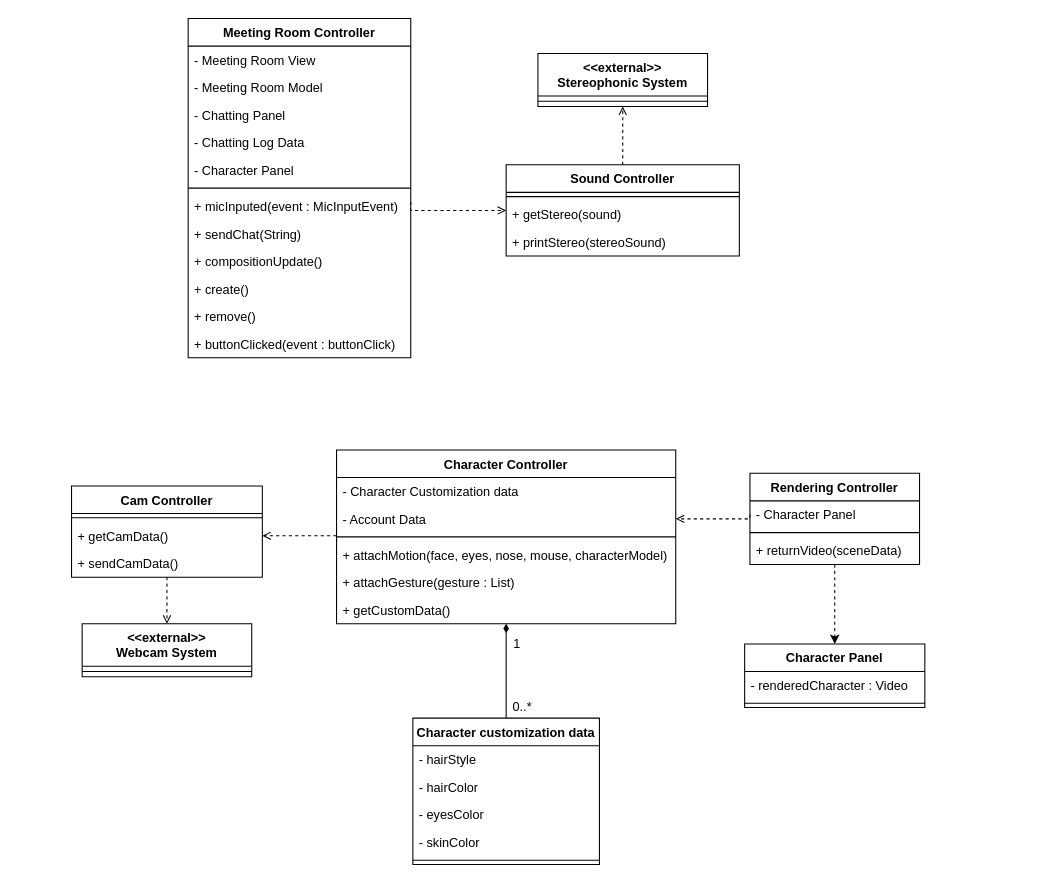
Earlier version of the draw.io diagram CD7.drawio (ONFFLine/Diagram). Source tidied: cells renumbered, new cells numbered last; positions are measured from the earlier drawing's top-left corner, leaving out a move shared by most shapes. Both pictures are drawn from the tidied source at 106%, with x=0, y=0 at pixel (71, 18).
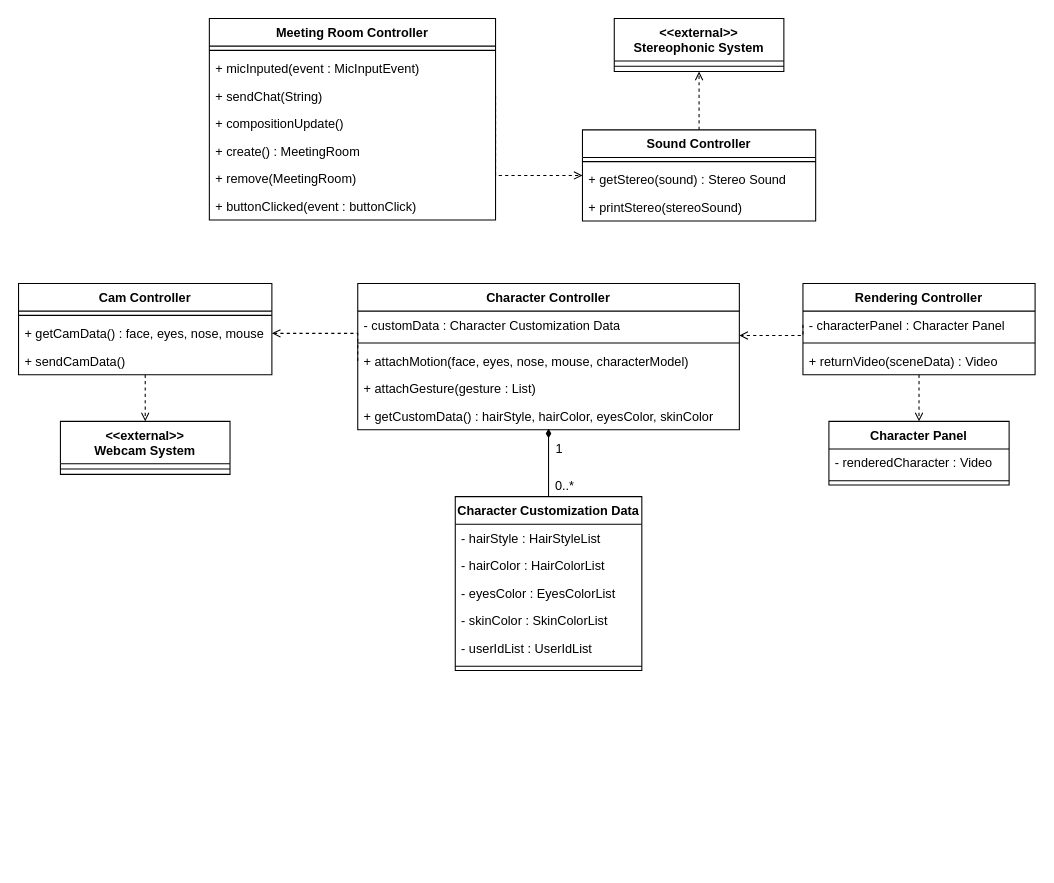
Above is the later version.

Change to the diagram source:
```diff
@@
-    <mxCell id="2" value="Meeting Room Controller" style="swimlane;fontStyle=1;align=center;verticalAlign=top;horizontal=1;startSize=26;" parent="1" vertex="1">
-      <mxGeometry x="110" width="210" height="320" as="geometry" />
-    </mxCell>
-    <mxCell id="3" value="- Meeting Room View" style="text;strokeColor=none;fillColor=none;align=left;verticalAlign=top;spacingLeft=4;spacingRight=4;overflow=hidden;" parent="2" vertex="1">
-      <mxGeometry y="26" width="210" height="26" as="geometry" />
-    </mxCell>
-    <mxCell id="4" value="- Meeting Room Model" style="text;strokeColor=none;fillColor=none;align=left;verticalAlign=top;spacingLeft=4;spacingRight=4;overflow=hidden;" parent="2" vertex="1">
-      <mxGeometry y="52" width="210" height="26" as="geometry" />
-    </mxCell>
-    <mxCell id="5" value="- Chatting Panel" style="text;strokeColor=none;fillColor=none;align=left;verticalAlign=top;spacingLeft=4;spacingRight=4;overflow=hidden;" parent="2" vertex="1">
-      <mxGeometry y="78" width="210" height="26" as="geometry" />
-    </mxCell>
-    <mxCell id="6" value="- Chatting Log Data" style="text;strokeColor=none;fillColor=none;align=left;verticalAlign=top;spacingLeft=4;spacingRight=4;overflow=hidden;" parent="2" vertex="1">
-      <mxGeometry y="104" width="210" height="26" as="geometry" />
-    </mxCell>
-    <mxCell id="7" value="- Character Panel" style="text;strokeColor=none;fillColor=none;align=left;verticalAlign=top;spacingLeft=4;spacingRight=4;overflow=hidden;" parent="2" vertex="1">
-      <mxGeometry y="130" width="210" height="26" as="geometry" />
-    </mxCell>
-    <mxCell id="8" style="line;strokeWidth=1;fillColor=none;align=left;verticalAlign=middle;spacingTop=-1;spacingLeft=3;spacingRight=3;labelPosition=right;" parent="2" vertex="1">
-      <mxGeometry y="156" width="210" height="8" as="geometry" />
-    </mxCell>
-    <mxCell id="9" value="+ micInputed(event : MicInputEvent)" style="text;strokeColor=none;fillColor=none;align=left;verticalAlign=top;spacingLeft=4;spacingRight=4;overflow=hidden;" parent="2" vertex="1">
-      <mxGeometry y="164" width="210" height="26" as="geometry" />
-    </mxCell>
-    <mxCell id="10" value="+ sendChat(String)" style="text;strokeColor=none;fillColor=none;align=left;verticalAlign=top;spacingLeft=4;spacingRight=4;overflow=hidden;points=[[0,0.5],[1,0.5]];portConstraint=eastwest;" parent="2" vertex="1">
-      <mxGeometry y="190" width="210" height="26" as="geometry" />
-    </mxCell>
-    <mxCell id="11" value="+ compositionUpdate()" style="text;strokeColor=none;fillColor=none;align=left;verticalAlign=top;spacingLeft=4;spacingRight=4;overflow=hidden;" parent="2" vertex="1">
-      <mxGeometry y="216" width="210" height="26" as="geometry" />
-    </mxCell>
-    <mxCell id="12" value="+ create()" style="text;strokeColor=none;fillColor=none;align=left;verticalAlign=top;spacingLeft=4;spacingRight=4;overflow=hidden;" parent="2" vertex="1">
-      <mxGeometry y="242" width="210" height="26" as="geometry" />
-    </mxCell>
-    <mxCell id="13" value="+ remove()" style="text;strokeColor=none;fillColor=none;align=left;verticalAlign=top;spacingLeft=4;spacingRight=4;overflow=hidden;" parent="2" vertex="1">
-      <mxGeometry y="268" width="210" height="26" as="geometry" />
-    </mxCell>
-    <mxCell id="14" value="+ buttonClicked(event : buttonClick)" style="text;strokeColor=none;fillColor=none;align=left;verticalAlign=top;spacingLeft=4;spacingRight=4;overflow=hidden;" parent="2" vertex="1">
-      <mxGeometry y="294" width="210" height="26" as="geometry" />
-    </mxCell>
@@
     <mxCell id="16" value="Sound Controller" style="swimlane;fontStyle=1;align=center;verticalAlign=top;horizontal=1;startSize=26;" parent="1" vertex="1">
-      <mxGeometry x="410" y="138" width="220" height="86" as="geometry" />
+      <mxGeometry x="482" y="105" width="220" height="86" as="geometry" />
     </mxCell>
@@
-    <mxCell id="18" value="+ getStereo(sound)" style="text;strokeColor=none;fillColor=none;align=left;verticalAlign=top;spacingLeft=4;spacingRight=4;overflow=hidden;" parent="16" vertex="1">
+    <mxCell id="18" value="+ getStereo(sound) : Stereo Sound" style="text;strokeColor=none;fillColor=none;align=left;verticalAlign=top;spacingLeft=4;spacingRight=4;overflow=hidden;" parent="16" vertex="1">
       <mxGeometry y="34" width="220" height="26" as="geometry" />
     </mxCell>
@@
     <mxCell id="20" value="&lt;&lt;external&gt;&gt;&#10;Stereophonic System" style="swimlane;fontStyle=1;align=center;verticalAlign=top;horizontal=1;startSize=40;" parent="1" vertex="1">
-      <mxGeometry x="440" y="33" width="160" height="50" as="geometry" />
+      <mxGeometry x="512" width="160" height="50" as="geometry" />
     </mxCell>
@@
     <mxCell id="22" value="Character Controller" style="swimlane;fontStyle=1;align=center;verticalAlign=top;horizontal=1;startSize=26;" parent="1" vertex="1">
-      <mxGeometry x="250" y="407" width="320" height="164" as="geometry" />
+      <mxGeometry x="270" y="250" width="360" height="138" as="geometry" />
     </mxCell>
-    <mxCell id="23" value="- Character Customization data" style="text;strokeColor=none;fillColor=none;align=left;verticalAlign=top;spacingLeft=4;spacingRight=4;overflow=hidden;" parent="22" vertex="1">
-      <mxGeometry y="26" width="320" height="26" as="geometry" />
+    <mxCell id="23" value="- customData : Character Customization Data" style="text;strokeColor=none;fillColor=none;align=left;verticalAlign=top;spacingLeft=4;spacingRight=4;overflow=hidden;" parent="22" vertex="1">
+      <mxGeometry y="26" width="360" height="26" as="geometry" />
     </mxCell>
-    <mxCell id="24" value="- Account Data" style="text;strokeColor=none;fillColor=none;align=left;verticalAlign=top;spacingLeft=4;spacingRight=4;overflow=hidden;points=[[0,0.5],[1,0.5]];portConstraint=eastwest;" parent="22" vertex="1">
-      <mxGeometry y="52" width="320" height="26" as="geometry" />
-    </mxCell>
     <mxCell id="25" style="line;strokeWidth=1;fillColor=none;align=left;verticalAlign=middle;spacingTop=-1;spacingLeft=3;spacingRight=3;labelPosition=right;" parent="22" vertex="1">
-      <mxGeometry y="78" width="320" height="8" as="geometry" />
+      <mxGeometry y="52" width="360" height="8" as="geometry" />
     </mxCell>
     <mxCell id="26" value="+ attachMotion(face, eyes, nose, mouse, characterModel)" style="text;strokeColor=none;fillColor=none;align=left;verticalAlign=top;spacingLeft=4;spacingRight=4;overflow=hidden;points=[[0,0.5],[1,0.5]];portConstraint=eastwest;" parent="22" vertex="1">
-      <mxGeometry y="86" width="320" height="26" as="geometry" />
+      <mxGeometry y="60" width="360" height="26" as="geometry" />
     </mxCell>
     <mxCell id="27" value="+ attachGesture(gesture : List)" style="text;strokeColor=none;fillColor=none;align=left;verticalAlign=top;spacingLeft=4;spacingRight=4;overflow=hidden;" parent="22" vertex="1">
-      <mxGeometry y="112" width="320" height="26" as="geometry" />
+      <mxGeometry y="86" width="360" height="26" as="geometry" />
     </mxCell>
-    <mxCell id="28" value="+ getCustomData()" style="text;strokeColor=none;fillColor=none;align=left;verticalAlign=top;spacingLeft=4;spacingRight=4;overflow=hidden;" parent="22" vertex="1">
-      <mxGeometry y="138" width="320" height="26" as="geometry" />
+    <mxCell id="28" value="+ getCustomData() : hairStyle, hairColor, eyesColor, skinColor" style="text;strokeColor=none;fillColor=none;align=left;verticalAlign=top;spacingLeft=4;spacingRight=4;overflow=hidden;" parent="22" vertex="1">
+      <mxGeometry y="112" width="360" height="26" as="geometry" />
     </mxCell>
     <mxCell id="29" value="Character Panel" style="swimlane;fontStyle=1;align=center;verticalAlign=top;horizontal=1;startSize=26;" parent="1" vertex="1">
-      <mxGeometry x="635" y="590" width="170" height="60" as="geometry" />
+      <mxGeometry x="714.5" y="380" width="170" height="60" as="geometry" />
     </mxCell>
@@
-    <mxCell id="32" style="edgeStyle=orthogonalEdgeStyle;rounded=0;jettySize=auto;html=1;entryX=0.5;entryY=0;entryDx=0;entryDy=0;dashed=1;" parent="1" edge="1" source="33" target="29">
+    <mxCell id="32" style="edgeStyle=orthogonalEdgeStyle;rounded=0;jettySize=auto;html=1;entryX=0.5;entryY=0;entryDx=0;entryDy=0;dashed=1;endArrow=open;endFill=0;" parent="1" edge="1" source="33" target="29">
       <mxGeometry relative="1" as="geometry" />
     </mxCell>
     <mxCell id="33" value="Rendering Controller" style="swimlane;fontStyle=1;align=center;verticalAlign=top;horizontal=1;startSize=26;" parent="1" vertex="1">
-      <mxGeometry x="640" y="429" width="160" height="86" as="geometry" />
+      <mxGeometry x="690" y="250" width="219" height="86" as="geometry" />
     </mxCell>
-    <mxCell id="34" value="- Character Panel" style="text;strokeColor=none;fillColor=none;align=left;verticalAlign=top;spacingLeft=4;spacingRight=4;overflow=hidden;points=[[0,0.5],[1,0.5]];portConstraint=eastwest;" parent="33" vertex="1">
-      <mxGeometry y="26" width="160" height="26" as="geometry" />
+    <mxCell id="34" value="- characterPanel : Character Panel" style="text;strokeColor=none;fillColor=none;align=left;verticalAlign=top;spacingLeft=4;spacingRight=4;overflow=hidden;points=[[0,0.5],[1,0.5]];portConstraint=eastwest;" parent="33" vertex="1">
+      <mxGeometry y="26" width="219" height="26" as="geometry" />
     </mxCell>
     <mxCell id="35" style="line;strokeWidth=1;fillColor=none;align=left;verticalAlign=middle;spacingTop=-1;spacingLeft=3;spacingRight=3;labelPosition=right;" parent="33" vertex="1">
-      <mxGeometry y="52" width="160" height="8" as="geometry" />
+      <mxGeometry y="52" width="219" height="8" as="geometry" />
     </mxCell>
-    <mxCell id="36" value="+ returnVideo(sceneData)" style="text;strokeColor=none;fillColor=none;align=left;verticalAlign=top;spacingLeft=4;spacingRight=4;overflow=hidden;" parent="33" vertex="1">
-      <mxGeometry y="60" width="160" height="26" as="geometry" />
+    <mxCell id="36" value="+ returnVideo(sceneData) : Video" style="text;strokeColor=none;fillColor=none;align=left;verticalAlign=top;spacingLeft=4;spacingRight=4;overflow=hidden;" parent="33" vertex="1">
+      <mxGeometry y="60" width="219" height="26" as="geometry" />
     </mxCell>
@@
     <mxCell id="38" value="Cam Controller" style="swimlane;fontStyle=1;align=center;verticalAlign=top;horizontal=1;startSize=26;" parent="1" vertex="1">
-      <mxGeometry y="441" width="180" height="86" as="geometry" />
+      <mxGeometry x="-50" y="250" width="239" height="86" as="geometry" />
     </mxCell>
     <mxCell id="39" style="line;strokeWidth=1;fillColor=none;align=left;verticalAlign=middle;spacingTop=-1;spacingLeft=3;spacingRight=3;labelPosition=right;" parent="38" vertex="1">
-      <mxGeometry y="26" width="180" height="8" as="geometry" />
+      <mxGeometry y="26" width="239" height="8" as="geometry" />
     </mxCell>
-    <mxCell id="40" value="+ getCamData()" style="text;strokeColor=none;fillColor=none;align=left;verticalAlign=top;spacingLeft=4;spacingRight=4;overflow=hidden;points=[[0,0.5],[1,0.5]];portConstraint=eastwest;" parent="38" vertex="1">
-      <mxGeometry y="34" width="180" height="26" as="geometry" />
+    <mxCell id="40" value="+ getCamData() : face, eyes, nose, mouse" style="text;strokeColor=none;fillColor=none;align=left;verticalAlign=top;spacingLeft=4;spacingRight=4;overflow=hidden;points=[[0,0.5],[1,0.5]];portConstraint=eastwest;" parent="38" vertex="1">
+      <mxGeometry y="34" width="239" height="26" as="geometry" />
     </mxCell>
     <mxCell id="41" value="+ sendCamData()" style="text;strokeColor=none;fillColor=none;align=left;verticalAlign=top;spacingLeft=4;spacingRight=4;overflow=hidden;" parent="38" vertex="1">
-      <mxGeometry y="60" width="180" height="26" as="geometry" />
+      <mxGeometry y="60" width="239" height="26" as="geometry" />
     </mxCell>
-    <mxCell id="42" style="edgeStyle=orthogonalEdgeStyle;rounded=0;jettySize=auto;html=1;dashed=1;endArrow=open;endFill=0;" parent="1" edge="1" target="16">
+    <mxCell id="42" style="edgeStyle=orthogonalEdgeStyle;rounded=0;jettySize=auto;html=1;dashed=1;endArrow=open;endFill=0;exitX=1;exitY=0.5;exitDx=0;exitDy=0;" parent="1" edge="1" source="10" target="16">
       <mxGeometry relative="1" as="geometry">
-        <mxPoint x="320" y="173" as="sourcePoint" />
         <Array as="points">
-          <mxPoint x="320" y="181" />
+          <mxPoint x="400" y="148" />
         </Array>
       </mxGeometry>
     </mxCell>
     <mxCell id="43" value="&lt;&lt;external&gt;&gt;&#10;Webcam System" style="swimlane;fontStyle=1;align=center;verticalAlign=top;horizontal=1;startSize=40;" parent="1" vertex="1">
-      <mxGeometry x="10" y="571" width="160" height="50" as="geometry" />
+      <mxGeometry x="-10.5" y="380" width="160" height="50" as="geometry" />
     </mxCell>
@@
-    <mxCell id="45" style="edgeStyle=orthogonalEdgeStyle;rounded=0;jettySize=auto;html=1;endArrow=diamondThin;endFill=1;" parent="1" edge="1" source="46" target="22">
+    <mxCell id="45" style="edgeStyle=orthogonalEdgeStyle;rounded=0;jettySize=auto;html=1;endArrow=diamondThin;endFill=1;" parent="1" edge="1" source="46">
       <mxGeometry relative="1" as="geometry">
+        <mxPoint x="450" y="396" as="targetPoint" />
         <Array as="points">
-          <mxPoint x="410" y="600" />
-          <mxPoint x="410" y="600" />
+          <mxPoint x="450" y="391" />
+          <mxPoint x="450" y="391" />
         </Array>
       </mxGeometry>
     </mxCell>
-    <mxCell id="46" value="Character customization data" style="swimlane;fontStyle=1;align=center;verticalAlign=top;horizontal=1;startSize=26;" parent="1" vertex="1">
-      <mxGeometry x="322" y="660" width="176" height="138" as="geometry" />
+    <mxCell id="46" value="Character Customization Data" style="swimlane;fontStyle=1;align=center;verticalAlign=top;horizontal=1;startSize=26;" parent="1" vertex="1">
+      <mxGeometry x="362" y="451" width="176" height="164" as="geometry" />
     </mxCell>
-    <mxCell id="47" value="- hairStyle" style="text;strokeColor=none;fillColor=none;align=left;verticalAlign=top;spacingLeft=4;spacingRight=4;overflow=hidden;" parent="46" vertex="1">
+    <mxCell id="47" value="- hairStyle : HairStyleList" style="text;strokeColor=none;fillColor=none;align=left;verticalAlign=top;spacingLeft=4;spacingRight=4;overflow=hidden;" parent="46" vertex="1">
       <mxGeometry y="26" width="176" height="26" as="geometry" />
     </mxCell>
-    <mxCell id="48" value="- hairColor" style="text;strokeColor=none;fillColor=none;align=left;verticalAlign=top;spacingLeft=4;spacingRight=4;overflow=hidden;" parent="46" vertex="1">
+    <mxCell id="48" value="- hairColor : HairColorList" style="text;strokeColor=none;fillColor=none;align=left;verticalAlign=top;spacingLeft=4;spacingRight=4;overflow=hidden;" parent="46" vertex="1">
       <mxGeometry y="52" width="176" height="26" as="geometry" />
     </mxCell>
-    <mxCell id="49" value="- eyesColor" style="text;strokeColor=none;fillColor=none;align=left;verticalAlign=top;spacingLeft=4;spacingRight=4;overflow=hidden;" parent="46" vertex="1">
+    <mxCell id="49" value="- eyesColor : EyesColorList" style="text;strokeColor=none;fillColor=none;align=left;verticalAlign=top;spacingLeft=4;spacingRight=4;overflow=hidden;" parent="46" vertex="1">
       <mxGeometry y="78" width="176" height="26" as="geometry" />
     </mxCell>
+    <mxCell id="56" value="- skinColor : SkinColorList" style="text;strokeColor=none;fillColor=none;align=left;verticalAlign=top;spacingLeft=4;spacingRight=4;overflow=hidden;" parent="46" vertex="1">
+      <mxGeometry y="104" width="176" height="26" as="geometry" />
+    </mxCell>
-    <mxCell id="50" value="- skinColor" style="text;strokeColor=none;fillColor=none;align=left;verticalAlign=top;spacingLeft=4;spacingRight=4;overflow=hidden;" parent="46" vertex="1">
-      <mxGeometry y="104" width="176" height="26" as="geometry" />
+    <mxCell id="50" value="- userIdList : UserIdList" style="text;strokeColor=none;fillColor=none;align=left;verticalAlign=top;spacingLeft=4;spacingRight=4;overflow=hidden;" parent="46" vertex="1">
+      <mxGeometry y="130" width="176" height="26" as="geometry" />
     </mxCell>
     <mxCell id="51" style="line;strokeWidth=1;fillColor=none;align=left;verticalAlign=middle;spacingTop=-1;spacingLeft=3;spacingRight=3;labelPosition=right;" parent="46" vertex="1">
-      <mxGeometry y="130" width="176" height="8" as="geometry" />
+      <mxGeometry y="156" width="176" height="8" as="geometry" />
     </mxCell>
     <mxCell id="52" value="1" style="text;html=1;align=center;verticalAlign=middle;strokeColor=none;" parent="1" vertex="1">
-      <mxGeometry x="410" y="580" width="20" height="20" as="geometry" />
+      <mxGeometry x="450" y="396" width="20" height="20" as="geometry" />
     </mxCell>
     <mxCell id="53" value="0..*" style="text;html=1;align=center;verticalAlign=middle;strokeColor=none;" parent="1" vertex="1">
-      <mxGeometry x="410" y="640" width="30" height="20" as="geometry" />
+      <mxGeometry x="450" y="431" width="30" height="20" as="geometry" />
     </mxCell>
     <mxCell id="54" style="edgeStyle=orthogonalEdgeStyle;rounded=0;jettySize=auto;html=1;exitX=0;exitY=0.5;exitDx=0;exitDy=0;entryX=1;entryY=0.5;entryDx=0;entryDy=0;dashed=1;endArrow=open;endFill=0;" parent="1" edge="1" source="26" target="40">
       <mxGeometry relative="1" as="geometry">
         <Array as="points">
-          <mxPoint x="250" y="488" />
+          <mxPoint x="270" y="297" />
         </Array>
       </mxGeometry>
     </mxCell>
-    <mxCell id="55" style="edgeStyle=orthogonalEdgeStyle;rounded=0;jettySize=auto;html=1;exitX=0;exitY=0.5;exitDx=0;exitDy=0;entryX=1;entryY=0.5;entryDx=0;entryDy=0;dashed=1;endArrow=open;endFill=0;" parent="1" edge="1" source="34" target="24">
+    <mxCell id="55" style="edgeStyle=orthogonalEdgeStyle;rounded=0;jettySize=auto;html=1;exitX=0;exitY=0.5;exitDx=0;exitDy=0;dashed=1;endArrow=open;endFill=0;" parent="1" edge="1" source="34" target="22">
       <mxGeometry relative="1" as="geometry">
         <Array as="points">
-          <mxPoint x="640" y="472" />
+          <mxPoint x="690" y="299" />
         </Array>
       </mxGeometry>
     </mxCell>
+    <mxCell id="2" value="Meeting Room Controller" style="swimlane;fontStyle=1;align=center;verticalAlign=top;horizontal=1;startSize=26;" parent="1" vertex="1">
+      <mxGeometry x="130" width="270" height="190" as="geometry" />
+    </mxCell>
+    <mxCell id="57" style="line;strokeWidth=1;fillColor=none;align=left;verticalAlign=middle;spacingTop=-1;spacingLeft=3;spacingRight=3;labelPosition=right;" parent="2" vertex="1">
+      <mxGeometry y="26" width="270" height="8" as="geometry" />
+    </mxCell>
+    <mxCell id="9" value="+ micInputed(event : MicInputEvent)" style="text;strokeColor=none;fillColor=none;align=left;verticalAlign=top;spacingLeft=4;spacingRight=4;overflow=hidden;" parent="2" vertex="1">
+      <mxGeometry y="34" width="270" height="26" as="geometry" />
+    </mxCell>
+    <mxCell id="10" value="+ sendChat(String)" style="text;strokeColor=none;fillColor=none;align=left;verticalAlign=top;spacingLeft=4;spacingRight=4;overflow=hidden;points=[[0,0.5],[1,0.5]];portConstraint=eastwest;" parent="2" vertex="1">
+      <mxGeometry y="60" width="270" height="26" as="geometry" />
+    </mxCell>
+    <mxCell id="11" value="+ compositionUpdate()" style="text;strokeColor=none;fillColor=none;align=left;verticalAlign=top;spacingLeft=4;spacingRight=4;overflow=hidden;" parent="2" vertex="1">
+      <mxGeometry y="86" width="270" height="26" as="geometry" />
+    </mxCell>
+    <mxCell id="58" value="+ create() : MeetingRoom" style="text;strokeColor=none;fillColor=none;align=left;verticalAlign=top;spacingLeft=4;spacingRight=4;overflow=hidden;" parent="2" vertex="1">
+      <mxGeometry y="112" width="270" height="26" as="geometry" />
+    </mxCell>
+    <mxCell id="59" value="+ remove(MeetingRoom)" style="text;strokeColor=none;fillColor=none;align=left;verticalAlign=top;spacingLeft=4;spacingRight=4;overflow=hidden;" parent="2" vertex="1">
+      <mxGeometry y="138" width="270" height="26" as="geometry" />
+    </mxCell>
+    <mxCell id="14" value="+ buttonClicked(event : buttonClick)" style="text;strokeColor=none;fillColor=none;align=left;verticalAlign=top;spacingLeft=4;spacingRight=4;overflow=hidden;" parent="2" vertex="1">
+      <mxGeometry y="164" width="270" height="26" as="geometry" />
+    </mxCell>
```
